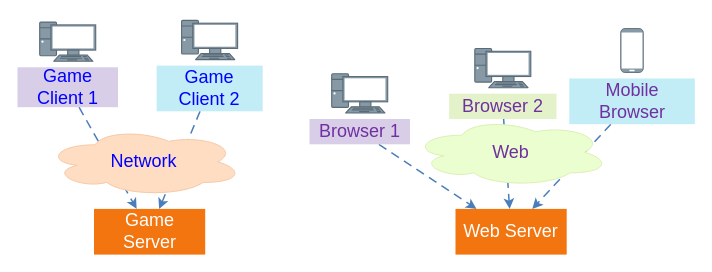
Above: diagrams/architecture/architecturalStyles/clientServer/what/clientServerExamples.drawio in se-edu/se-book (draw.io), before the change. Source tidied: cells renumbered, new cells numbered last; positions are measured from the earlier drawing's top-left corner, leaving out a move shared by most shapes. Both pictures are drawn from the tidied source at 100%, with x=0, y=0 at pixel (17, 20).
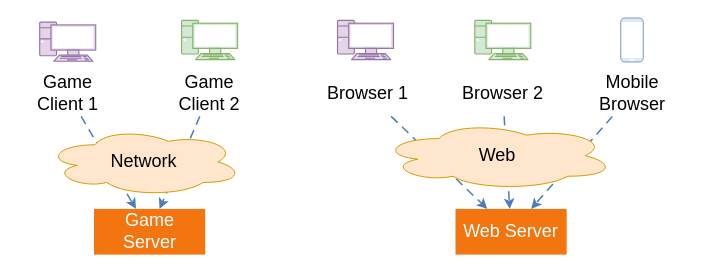
The same page after the edit.

Commit message (it also covers changes not shown here):
architecture: Tweak clientServerExample.svg

Change to the diagram source:
```diff
@@
-    <mxCell id="7" value="Game&#10;Client 1" style="rounded=0;whiteSpace=wrap;html=0;fillColor=#D8CEE8;strokeColor=none;fontColor=#0000FF;fontSize=18;fontFamily=Helvetica;" parent="1" vertex="1">
-      <mxGeometry y="46.8" width="100.5" height="39.9" as="geometry" />
+    <mxCell id="7" value="Game&#10;Client 1" style="rounded=0;whiteSpace=wrap;html=0;fillColor=none;strokeColor=none;fontColor=#000000;fontSize=18;fontFamily=Helvetica;" parent="1" vertex="1">
+      <mxGeometry y="50.9" width="100.5" height="45" as="geometry" />
     </mxCell>
-    <mxCell id="8" value="Game&#10;Client 2" style="rounded=0;whiteSpace=wrap;html=0;fillColor=#C2ECF6;strokeColor=none;fontColor=#0000FF;fontSize=18;fontFamily=Helvetica;" parent="1" vertex="1">
-      <mxGeometry x="139.1" y="45.1" width="106.1" height="45.7" as="geometry" />
+    <mxCell id="8" value="Game&#10;Client 2" style="rounded=0;whiteSpace=wrap;html=0;fillColor=none;strokeColor=none;fontColor=#000000;fontSize=18;fontFamily=Helvetica;" parent="1" vertex="1">
+      <mxGeometry x="139.1" y="50.9" width="106.1" height="45" as="geometry" />
     </mxCell>
@@
-    <mxCell id="10" value="Browser 1" style="rounded=0;whiteSpace=wrap;html=0;fillColor=#D8CEE8;strokeColor=none;fontColor=#7030A0;fontSize=18;fontFamily=Helvetica;" parent="1" vertex="1">
-      <mxGeometry x="292" y="98.5" width="100.5" height="25.3" as="geometry" />
+    <mxCell id="10" value="Browser 1" style="rounded=0;whiteSpace=wrap;html=0;fillColor=none;strokeColor=none;fontColor=#000000;fontSize=18;fontFamily=Helvetica;" parent="1" vertex="1">
+      <mxGeometry x="300" y="50.9" width="100.5" height="45" as="geometry" />
     </mxCell>
-    <mxCell id="11" value="Browser 2" style="rounded=0;whiteSpace=wrap;html=0;fillColor=#E4F2CA;strokeColor=none;fontColor=#7030A0;fontSize=18;fontFamily=Helvetica;" parent="1" vertex="1">
-      <mxGeometry x="431.6" y="73.2" width="107.4" height="25.3" as="geometry" />
+    <mxCell id="11" value="Browser 2" style="rounded=0;whiteSpace=wrap;html=0;fillColor=none;strokeColor=none;fontColor=#000000;fontSize=18;fontFamily=Helvetica;" parent="1" vertex="1">
+      <mxGeometry x="431.6" y="50.9" width="107.4" height="45" as="geometry" />
     </mxCell>
-    <mxCell id="12" value="Mobile&#10;Browser" style="rounded=0;whiteSpace=wrap;html=0;fillColor=#C2ECF6;strokeColor=none;fontColor=#7030A0;fontSize=18;fontFamily=Helvetica;" parent="1" vertex="1">
-      <mxGeometry x="551.8" y="58" width="125.5" height="45.7" as="geometry" />
+    <mxCell id="12" value="Mobile&#10;Browser" style="rounded=0;whiteSpace=wrap;html=0;fillColor=none;strokeColor=none;fontColor=#000000;fontSize=18;fontFamily=Helvetica;" parent="1" vertex="1">
+      <mxGeometry x="551.8" y="50.9" width="125.5" height="45" as="geometry" />
     </mxCell>
@@
-    <mxCell id="14" style="sketch=0;html=1;shape=mxgraph.networks.pc;fillColor=#8899A6;strokeColor=#5A6B78;" parent="1" vertex="1">
+    <mxCell id="14" style="sketch=0;html=1;shape=mxgraph.networks.pc;fillColor=#e1d5e7;strokeColor=#9673a6;" parent="1" vertex="1">
       <mxGeometry x="22.2" y="1.6" width="56" height="39.2" as="geometry" />
     </mxCell>
-    <mxCell id="15" style="sketch=0;html=1;shape=mxgraph.networks.pc;fillColor=#8899A6;strokeColor=#5A6B78;" parent="1" vertex="1">
+    <mxCell id="15" style="sketch=0;html=1;shape=mxgraph.networks.pc;fillColor=#d5e8d4;strokeColor=#82b366;" parent="1" vertex="1">
       <mxGeometry x="164.1" y="-0.1" width="56" height="39.2" as="geometry" />
     </mxCell>
-    <mxCell id="16" style="sketch=0;html=1;shape=mxgraph.networks.pc;fillColor=#8899A6;strokeColor=#5A6B78;" parent="1" vertex="1">
-      <mxGeometry x="314.2" y="53.3" width="56" height="39.2" as="geometry" />
+    <mxCell id="16" style="sketch=0;html=1;shape=mxgraph.networks.pc;fillColor=#e1d5e7;strokeColor=#9673a6;" parent="1" vertex="1">
+      <mxGeometry x="320" y="-0.1" width="56" height="39.2" as="geometry" />
     </mxCell>
-    <mxCell id="17" style="sketch=0;html=1;shape=mxgraph.networks.pc;fillColor=#8899A6;strokeColor=#5A6B78;" parent="1" vertex="1">
-      <mxGeometry x="457.3" y="28" width="56" height="39.2" as="geometry" />
+    <mxCell id="17" style="sketch=0;html=1;shape=mxgraph.networks.pc;fillColor=#d5e8d4;strokeColor=#82b366;" parent="1" vertex="1">
+      <mxGeometry x="457.3" y="-0.1" width="56" height="39.2" as="geometry" />
     </mxCell>
-    <mxCell id="18" style="sketch=0;html=1;shape=mxgraph.networks.mobile;fillColor=#8899A6;strokeColor=#5A6B78;" parent="1" vertex="1">
-      <mxGeometry x="603.2" y="8" width="22.6" height="44" as="geometry" />
+    <mxCell id="18" style="sketch=0;html=1;shape=mxgraph.networks.mobile;fillColor=#dae8fc;strokeColor=#6c8ebf;" parent="1" vertex="1">
+      <mxGeometry x="603.2" y="-2.5" width="22.6" height="44" as="geometry" />
     </mxCell>
-    <mxCell id="19" value="Network" style="ellipse;shape=cloud;whiteSpace=wrap;html=0;fillColor=#FFDDC2;strokeColor=#F8C9A4;fontColor=#0000FF;fontSize=18;fontFamily=Helvetica;" parent="1" vertex="1">
+    <mxCell id="19" value="Network" style="ellipse;shape=cloud;whiteSpace=wrap;html=0;fillColor=#ffe6cc;strokeColor=#d79b00;fontSize=18;fontFamily=Helvetica;" parent="1" vertex="1">
       <mxGeometry x="28.2" y="107.2" width="196.8" height="68.4" as="geometry" />
     </mxCell>
-    <mxCell id="20" value="Web" style="ellipse;shape=cloud;whiteSpace=wrap;html=0;fillColor=#EBFED0;strokeColor=#DCF0B4;fontColor=#7030A0;fontSize=18;fontFamily=Helvetica;" parent="1" vertex="1">
-      <mxGeometry x="395.1" y="97.6" width="196.8" height="68.4" as="geometry" />
+    <mxCell id="20" value="Web" style="ellipse;shape=cloud;whiteSpace=wrap;html=0;fillColor=#ffe6cc;strokeColor=#d79b00;fontSize=18;fontFamily=Helvetica;" parent="1" vertex="1">
+      <mxGeometry x="363" y="101" width="234" height="68.4" as="geometry" />
     </mxCell>
```
